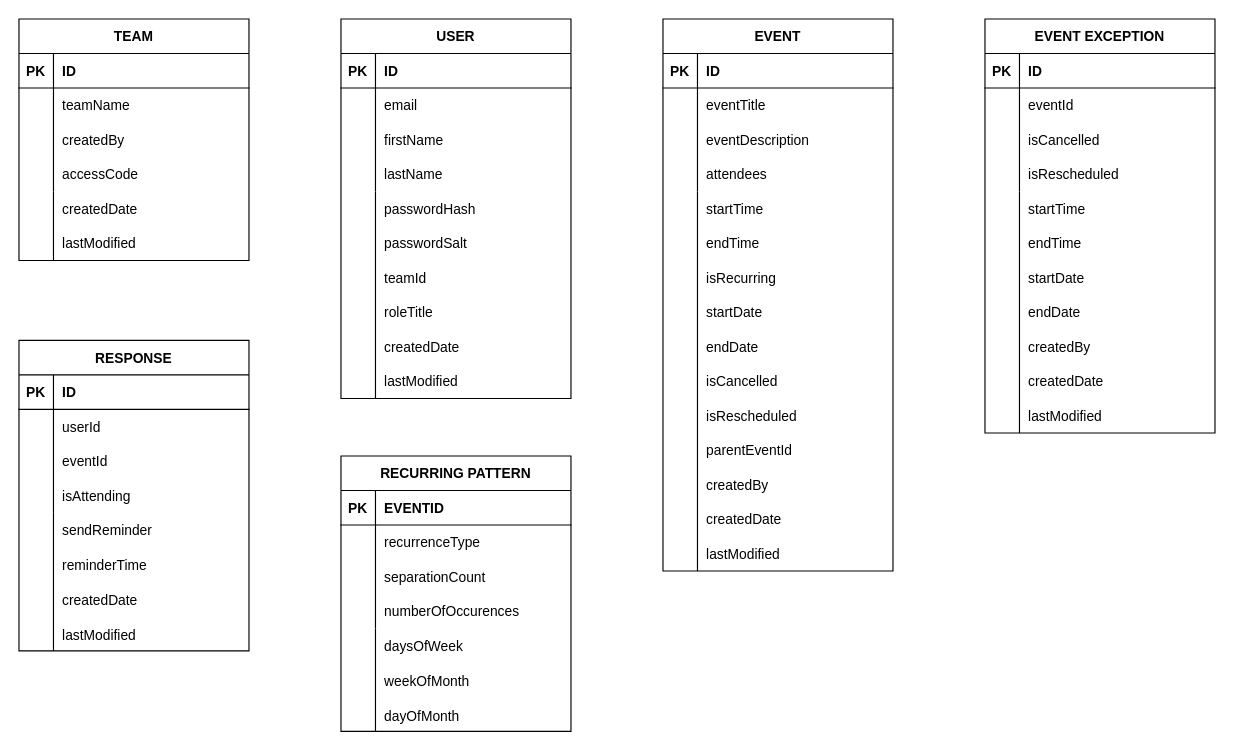
Above: Documentation/meetings.database.drawio in TeodoraLazaroiu/Meeting-Management-Application (draw.io), before the change. Source tidied: cells renumbered, new cells numbered last; positions are measured from the earlier drawing's top-left corner, leaving out a move shared by most shapes. Both pictures are drawn from the tidied source at 115%, with x=0, y=0 at pixel (18, 18).
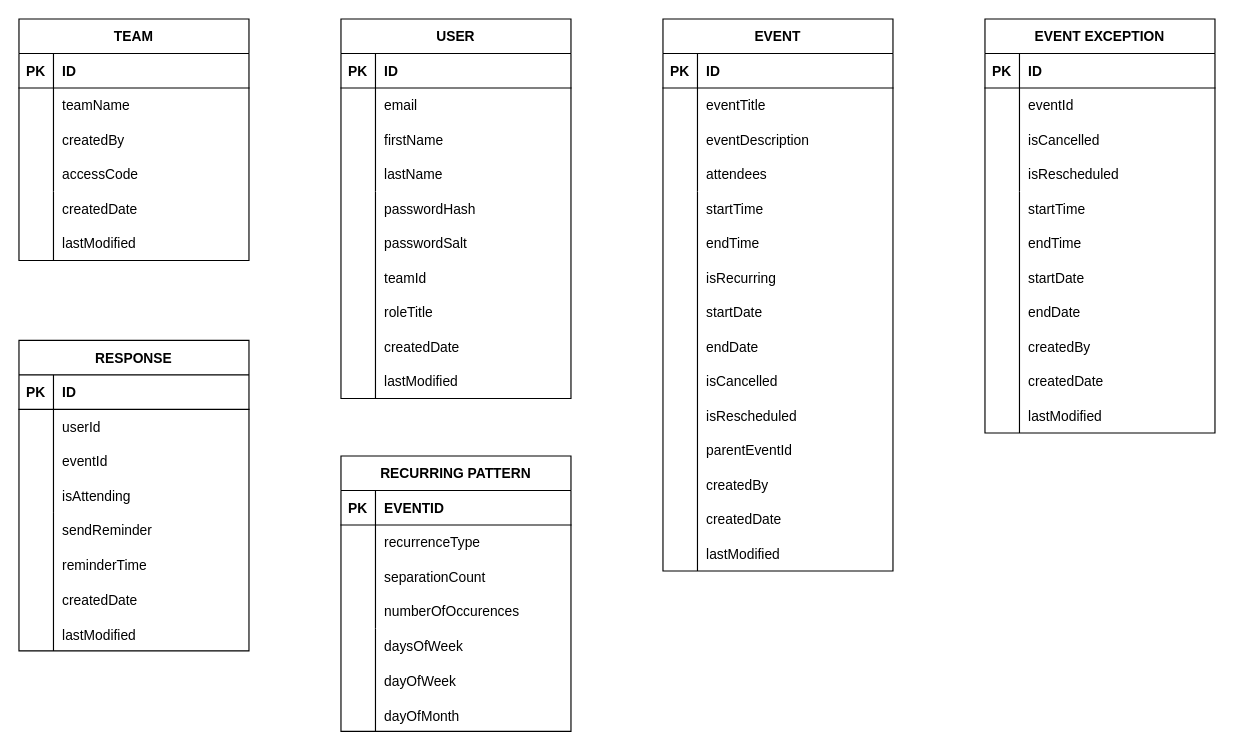
After the change.

What changed in the source:
```diff
@@
-    <mxCell id="94" value="weekOfMonth" style="shape=partialRectangle;fillColor=none;top=0;left=0;bottom=0;right=0;align=left;spacingLeft=6;overflow=hidden;" parent="1" vertex="1">
+    <mxCell id="94" value="dayOfWeek" style="shape=partialRectangle;fillColor=none;top=0;left=0;bottom=0;right=0;align=left;spacingLeft=6;overflow=hidden;" parent="1" vertex="1">
       <mxGeometry x="310" y="560" width="170" height="31" as="geometry" />
     </mxCell>
```
